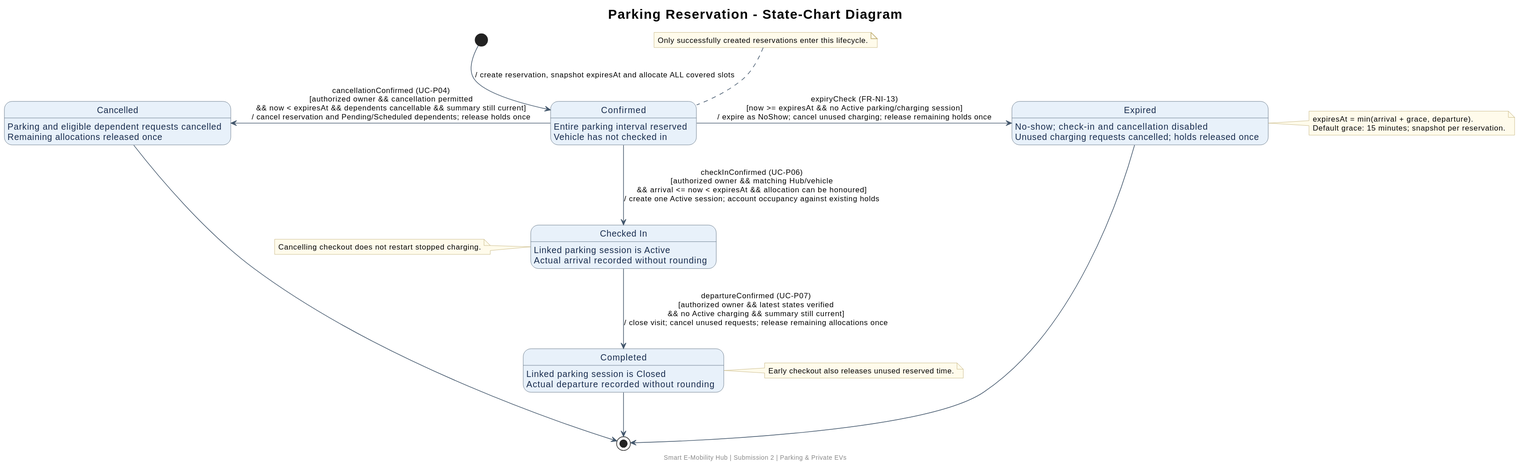
This is docs/submission-2/state-chart-diagrams/parking-private-ev/SC_ParkingReservation.svg from thanhpham1108/smart-e-mobility-hub, a PlantUML export, as it was before one commit.
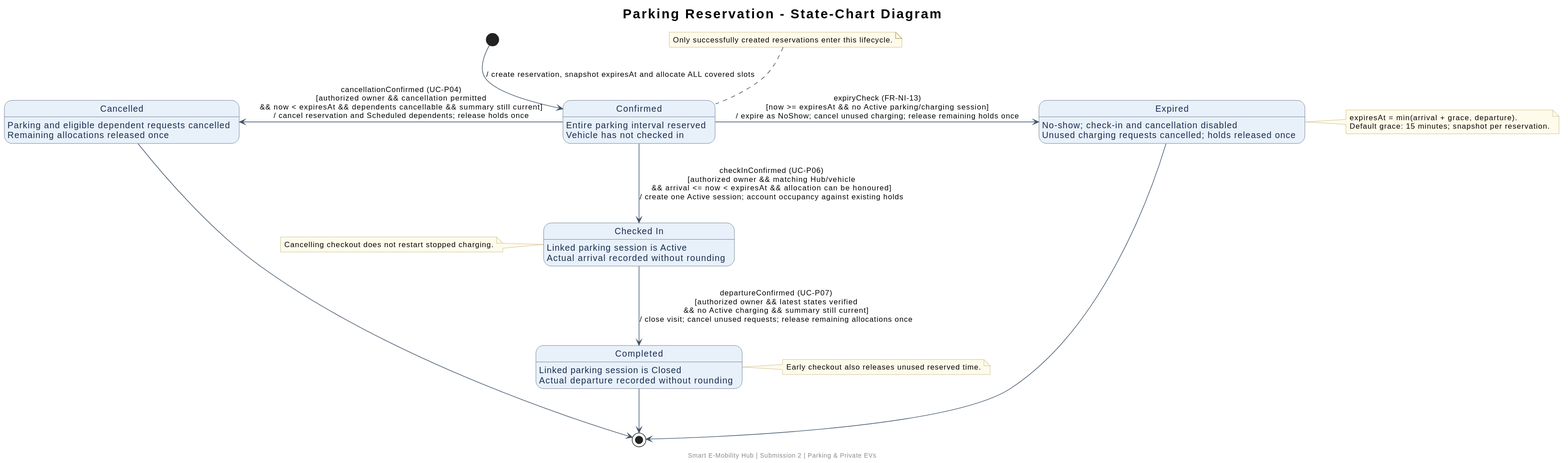
After the change.

What changed in the source:
```diff
@@ -44,7 +44,7 @@
 end note
 
 Confirmed -down-> CheckedIn : checkInConfirmed (UC-P06)\n[authorized owner && matching Hub/vehicle\n&& arrival <= now < expiresAt && allocation can be honoured]\n/ create one Active session; account occupancy against existing holds
-Confirmed -left-> Cancelled : cancellationConfirmed (UC-P04)\n[authorized owner && cancellation permitted\n&& now < expiresAt && dependents cancellable && summary still current]\n/ cancel reservation and Pending/Scheduled dependents; release holds once
+Confirmed -left-> Cancelled : cancellationConfirmed (UC-P04)\n[authorized owner && cancellation permitted\n&& now < expiresAt && dependents cancellable && summary still current]\n/ cancel reservation and Scheduled dependents; release holds once
 Confirmed -right-> Expired : expiryCheck (FR-NI-13)\n[now >= expiresAt && no Active parking/charging session]\n/ expire as NoShow; cancel unused charging; release remaining holds once
 
 CheckedIn -down-> Completed : departureConfirmed (UC-P07)\n[authorized owner && latest states verified\n&& no Active charging && summary still current]\n/ close visit; cancel unused requests; release remaining allocations once
```
